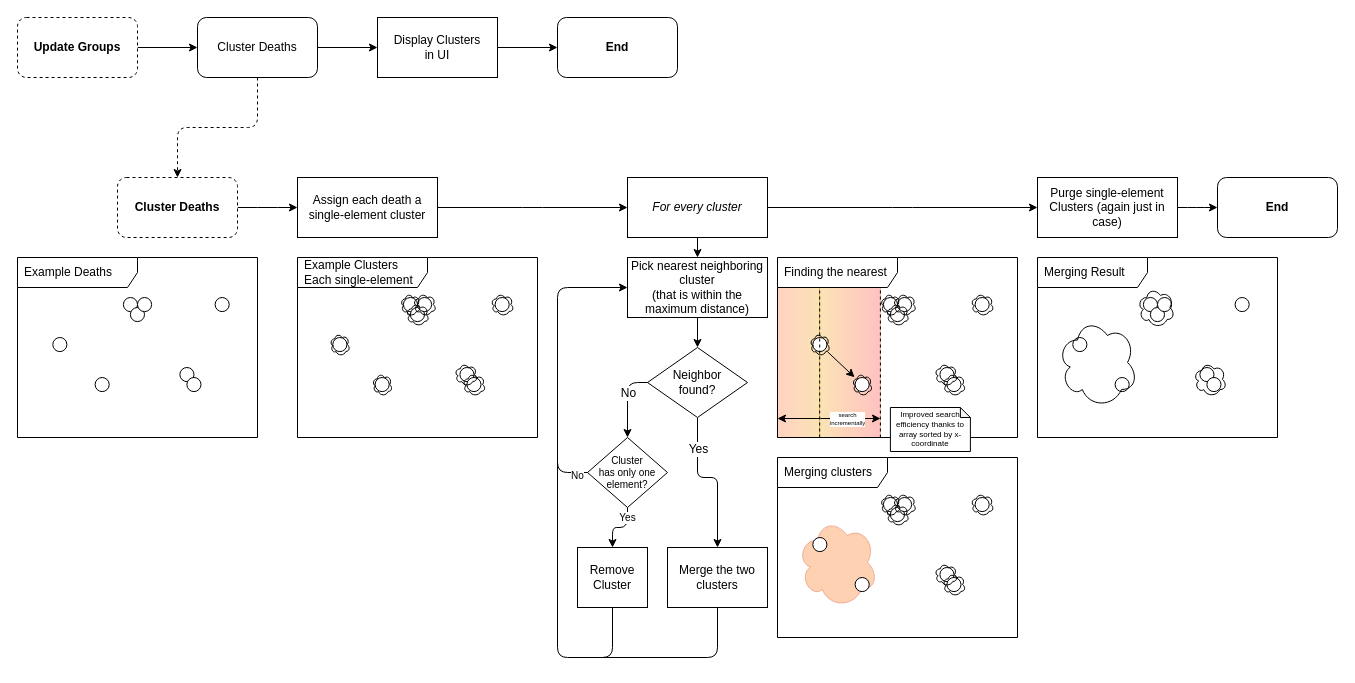
MaSp005/deathmarkers keeps this draw.io diagram as page "Editor Groups" (4 of 5) of docs/doc.dio. Above is the earlier version. Source tidied: cells renumbered, new cells numbered last; positions are measured from the earlier drawing's top-left corner, leaving out a move shared by most shapes. Both pictures are drawn from the tidied source at 100%, with x=0, y=0 at pixel (17, 17).
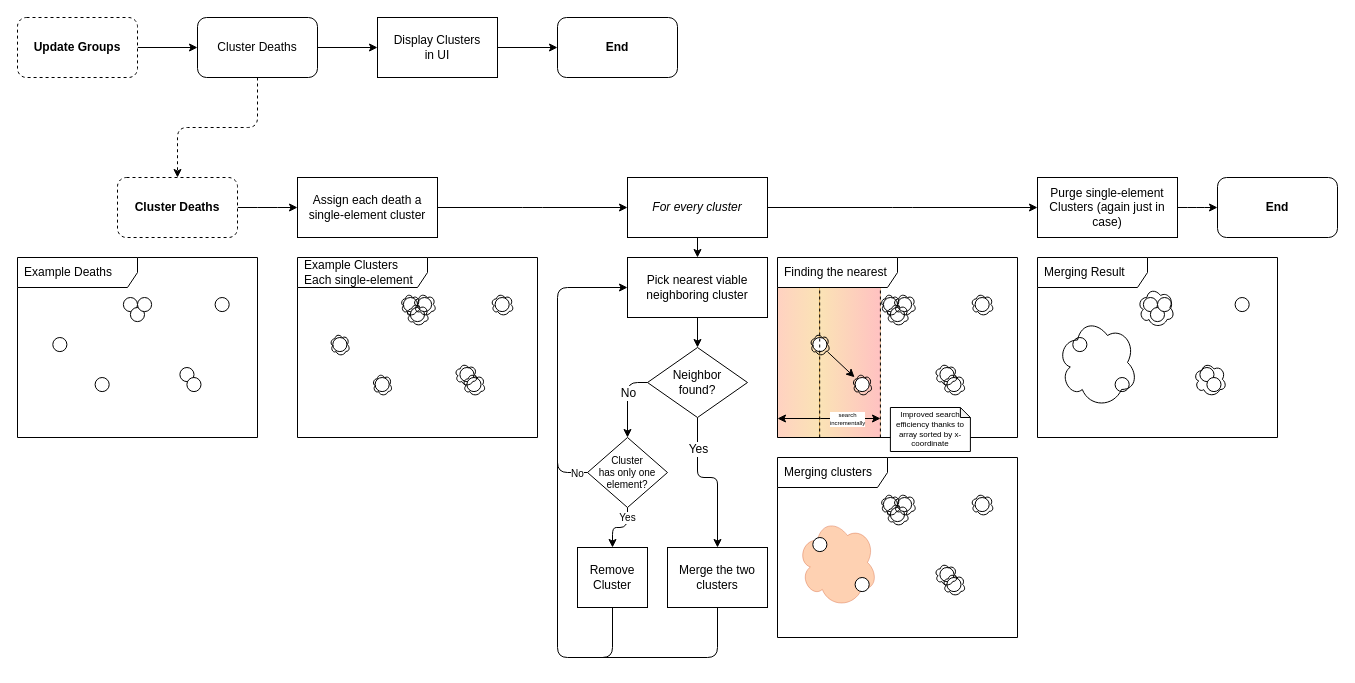
The same page after the edit.

The change refers to these unchanged cells:
```xml
<mxCell id="114" style="edgeStyle=none;jumpSize=6;html=1;strokeWidth=1;fontSize=10;endArrow=none;endFill=0;exitX=0;exitY=0.5;exitDx=0;exitDy=0;" parent="1" edge="1" source="116">
  <mxGeometry relative="1" as="geometry">
    <mxPoint x="540" y="350" as="targetPoint" />
    <Array as="points">
      <mxPoint x="540" y="455" />
    </Array>
  </mxGeometry>
</mxCell>
```

What changed in the source:
```diff
@@
-    <mxCell id="48" value="Pick nearest neighboring cluster&lt;br&gt;(that is within the maximum distance)" style="rounded=0;whiteSpace=wrap;html=1;shadow=0;glass=0;sketch=0;fontSize=12;" parent="1" vertex="1">
+    <mxCell id="48" value="Pick nearest viable neighboring cluster" style="rounded=0;whiteSpace=wrap;html=1;shadow=0;glass=0;sketch=0;fontSize=12;" parent="1" vertex="1">
       <mxGeometry x="610" y="240" width="140" height="60" as="geometry" />
     </mxCell>
@@
     <mxCell id="115" value="No" style="edgeLabel;html=1;align=center;verticalAlign=middle;fontSize=10;" parent="114" vertex="1">
-      <mxGeometry x="-0.83" y="2" relative="1" as="geometry" />
+      <mxGeometry x="-0.83" y="2" relative="1" as="geometry">
+        <mxPoint y="-2" as="offset" />
+      </mxGeometry>
     </mxCell>
```
